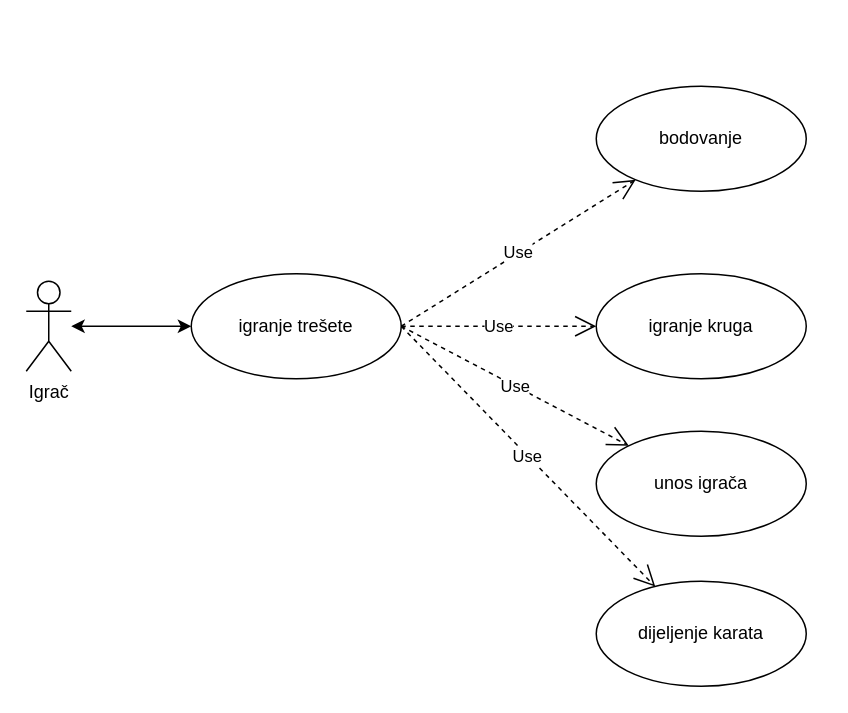
The draw.io diagram page "UseCase: igranje tresete" (1 of 3) of Dijagram.drawio in TheRealJoci/Tressette-Terminal-Card-Game, before the edit. Source tidied: cells renumbered, new cells numbered last; positions are measured from the earlier drawing's top-left corner, leaving out a move shared by most shapes. Both pictures are drawn from the tidied source at 150%, with x=0, y=0 at pixel (26, 86).
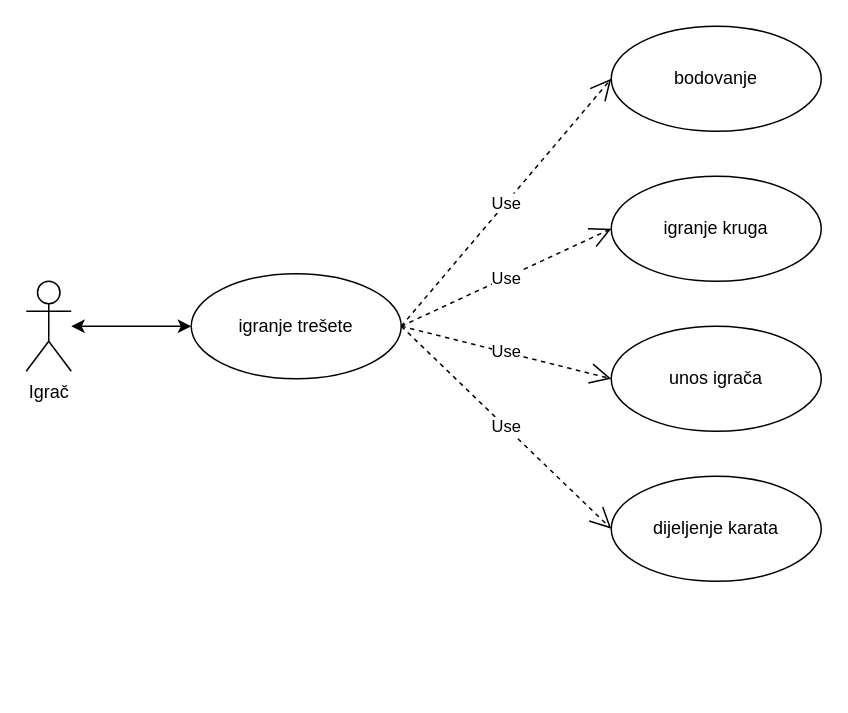
The same page after the edit.

What changed in the source:
```diff
@@
 <mxGraphModel>
   <root>
     <mxCell id="0" />
     <mxCell id="1" parent="0" />
     <mxCell id="2" value="Igrač" style="shape=umlActor;verticalLabelPosition=bottom;verticalAlign=top;html=1;" parent="1" vertex="1">
       <mxGeometry y="130" width="30" height="60" as="geometry" />
     </mxCell>
     <mxCell id="3" value="igranje trešete" style="ellipse;whiteSpace=wrap;html=1;" parent="1" vertex="1">
       <mxGeometry x="110" y="125" width="140" height="70" as="geometry" />
     </mxCell>
     <mxCell id="4" style="endArrow=classic;startArrow=classic;html=1;" parent="1" edge="1" source="2" target="3">
       <mxGeometry relative="1" as="geometry" />
     </mxCell>
     <mxCell id="5" value="bodovanje" style="ellipse;whiteSpace=wrap;html=1;" parent="1" vertex="1">
-      <mxGeometry x="380" width="140" height="70" as="geometry" />
+      <mxGeometry x="390" y="-40" width="140" height="70" as="geometry" />
     </mxCell>
     <mxCell id="6" value="igranje kruga" style="ellipse;whiteSpace=wrap;html=1;" parent="1" vertex="1">
-      <mxGeometry x="380" y="125" width="140" height="70" as="geometry" />
+      <mxGeometry x="390" y="60" width="140" height="70" as="geometry" />
     </mxCell>
     <mxCell id="7" value="unos igrača" style="ellipse;whiteSpace=wrap;html=1;" parent="1" vertex="1">
-      <mxGeometry x="380" y="230" width="140" height="70" as="geometry" />
+      <mxGeometry x="390" y="160" width="140" height="70" as="geometry" />
     </mxCell>
     <mxCell id="8" value="dijeljenje karata" style="ellipse;whiteSpace=wrap;html=1;" parent="1" vertex="1">
-      <mxGeometry x="380" y="330" width="140" height="70" as="geometry" />
+      <mxGeometry x="390" y="260" width="140" height="70" as="geometry" />
     </mxCell>
-    <mxCell id="9" value="Use" style="endArrow=open;endSize=12;dashed=1;html=1;exitX=1;exitY=0.5;exitDx=0;exitDy=0;" parent="1" edge="1" source="3" target="5">
+    <mxCell id="9" value="Use" style="endArrow=open;endSize=12;dashed=1;html=1;exitX=1;exitY=0.5;exitDx=0;exitDy=0;entryX=0;entryY=0.5;entryDx=0;entryDy=0;" parent="1" edge="1" source="3" target="5">
       <mxGeometry relative="1" as="geometry" />
     </mxCell>
-    <mxCell id="10" value="Use" style="endArrow=open;endSize=12;dashed=1;html=1;exitX=1;exitY=0.5;exitDx=0;exitDy=0;" parent="1" edge="1" source="3" target="6">
+    <mxCell id="10" value="Use" style="endArrow=open;endSize=12;dashed=1;html=1;exitX=1;exitY=0.5;exitDx=0;exitDy=0;entryX=0;entryY=0.5;entryDx=0;entryDy=0;" parent="1" edge="1" source="3" target="6">
       <mxGeometry relative="1" as="geometry" />
     </mxCell>
-    <mxCell id="11" value="Use" style="endArrow=open;endSize=12;dashed=1;html=1;exitX=1;exitY=0.5;exitDx=0;exitDy=0;" parent="1" edge="1" source="3" target="7">
+    <mxCell id="11" value="Use" style="endArrow=open;endSize=12;dashed=1;html=1;exitX=1;exitY=0.5;exitDx=0;exitDy=0;entryX=0;entryY=0.5;entryDx=0;entryDy=0;" parent="1" edge="1" source="3" target="7">
       <mxGeometry relative="1" as="geometry" />
     </mxCell>
-    <mxCell id="12" value="Use" style="endArrow=open;endSize=12;dashed=1;html=1;exitX=1;exitY=0.5;exitDx=0;exitDy=0;" parent="1" edge="1" source="3" target="8">
+    <mxCell id="12" value="Use" style="endArrow=open;endSize=12;dashed=1;html=1;exitX=1;exitY=0.5;exitDx=0;exitDy=0;entryX=0;entryY=0.5;entryDx=0;entryDy=0;" parent="1" edge="1" source="3" target="8">
       <mxGeometry relative="1" as="geometry" />
     </mxCell>
   </root>
 </mxGraphModel>
```
